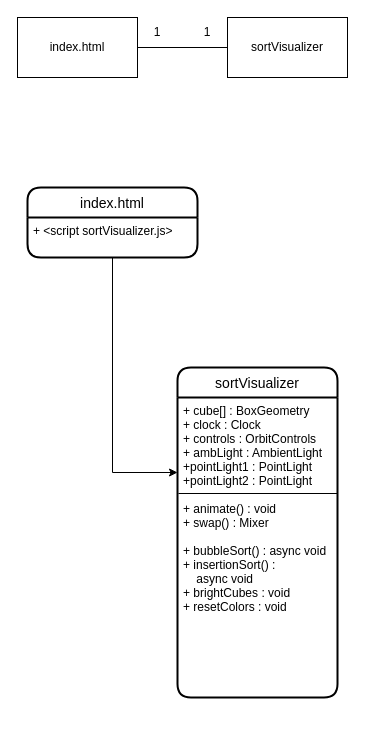
This is Class Diagram It2.drawio from beep-sl/COS430SEProject, a draw.io file, before an edit. Source tidied: cells renumbered, new cells numbered last; positions are measured from the earlier drawing's top-left corner, leaving out a move shared by most shapes. Both pictures are drawn from the tidied source at 100%, with x=0, y=0 at pixel (17, 17).
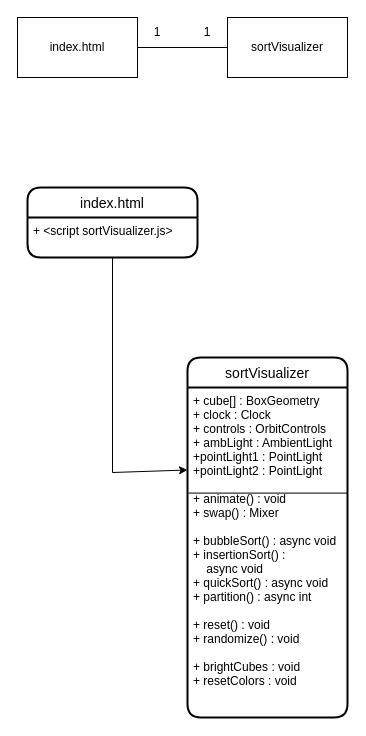
The same page after the edit.

Diff of the diagram source:
```diff
@@
 <mxGraphModel>
   <root>
     <mxCell id="0" />
     <mxCell id="1" parent="0" />
     <mxCell id="2" value="index.html" style="rounded=0;whiteSpace=wrap;html=1;" parent="1" vertex="1">
       <mxGeometry width="120" height="60" as="geometry" />
     </mxCell>
     <mxCell id="3" value="sortVisualizer" style="rounded=0;whiteSpace=wrap;html=1;" parent="1" vertex="1">
       <mxGeometry x="210" width="120" height="60" as="geometry" />
     </mxCell>
     <mxCell id="4" style="endArrow=none;html=1;rounded=0;exitX=1;exitY=0.5;exitDx=0;exitDy=0;entryX=0;entryY=0.5;entryDx=0;entryDy=0;" parent="1" edge="1" source="2" target="3">
       <mxGeometry relative="1" as="geometry" />
     </mxCell>
     <mxCell id="5" value="1" style="text;html=1;strokeColor=none;fillColor=none;align=center;verticalAlign=middle;whiteSpace=wrap;rounded=0;" parent="1" vertex="1">
       <mxGeometry x="110" width="60" height="30" as="geometry" />
     </mxCell>
     <mxCell id="6" value="1" style="text;html=1;strokeColor=none;fillColor=none;align=center;verticalAlign=middle;whiteSpace=wrap;rounded=0;" parent="1" vertex="1">
       <mxGeometry x="160" width="60" height="30" as="geometry" />
     </mxCell>
     <mxCell id="7" value="sortVisualizer" style="swimlane;horizontal=1;startSize=30;rounded=1;fontSize=14;fontStyle=0;strokeWidth=2;shadow=0;dashed=0;align=center;" parent="1" vertex="1">
-      <mxGeometry x="160" y="350" width="160" height="330" as="geometry" />
+      <mxGeometry x="170" y="340" width="160" height="360" as="geometry" />
     </mxCell>
-    <mxCell id="8" value="+ cube[] : BoxGeometry&#10;+ clock : Clock&#10;+ controls : OrbitControls&#10;+ ambLight : AmbientLight&#10;+pointLight1 : PointLight&#10;+pointLight2 : PointLight&#10;&#10;+ animate() : void&#10;+ swap() : Mixer&#10;&#10;+ bubbleSort() : async void&#10;+ insertionSort() : &#10;    async void&#10;+ brightCubes : void&#10;+ resetColors : void&#10;" style="align=left;strokeColor=none;fillColor=none;spacingLeft=4;fontSize=12;verticalAlign=top;fontColor=#000000;" parent="7" vertex="1">
-      <mxGeometry y="30" width="160" height="300" as="geometry" />
+    <mxCell id="8" value="+ cube[] : BoxGeometry&#10;+ clock : Clock&#10;+ controls : OrbitControls&#10;+ ambLight : AmbientLight&#10;+pointLight1 : PointLight&#10;+pointLight2 : PointLight&#10;&#10;+ animate() : void&#10;+ swap() : Mixer&#10;&#10;+ bubbleSort() : async void&#10;+ insertionSort() : &#10;    async void&#10;+ quickSort() : async void&#10;+ partition() : async int&#10;&#10;+ reset() : void&#10;+ randomize() : void&#10;&#10;+ brightCubes : void&#10;+ resetColors : void&#10;" style="align=left;strokeColor=none;fillColor=none;spacingLeft=4;fontSize=12;verticalAlign=top;fontColor=#000000;" parent="7" vertex="1">
+      <mxGeometry y="30" width="160" height="330" as="geometry" />
     </mxCell>
     <mxCell id="9" style="endArrow=none;html=1;rounded=0;fontColor=#000000;entryX=1;entryY=0.32;entryDx=0;entryDy=0;entryPerimeter=0;exitX=0.006;exitY=0.32;exitDx=0;exitDy=0;exitPerimeter=0;" parent="7" edge="1" source="8" target="8">
       <mxGeometry relative="1" as="geometry" />
     </mxCell>
     <mxCell id="10" value="index.html" style="swimlane;horizontal=1;startSize=30;rounded=1;fontSize=14;fontStyle=0;strokeWidth=2;shadow=0;dashed=0;align=center;" parent="1" vertex="1">
       <mxGeometry x="10" y="170" width="170" height="70" as="geometry" />
     </mxCell>
     <mxCell id="11" value="+ &lt;script sortVisualizer.js&gt;" style="align=left;strokeColor=none;fillColor=none;spacingLeft=4;fontSize=12;verticalAlign=top;" parent="10" vertex="1">
       <mxGeometry y="30" width="170" height="40" as="geometry" />
     </mxCell>
     <mxCell id="12" style="endArrow=classic;html=1;rounded=0;exitX=0.5;exitY=1;exitDx=0;exitDy=0;entryX=0;entryY=0.25;entryDx=0;entryDy=0;" parent="1" edge="1" source="11" target="8">
       <mxGeometry relative="1" as="geometry">
         <Array as="points">
           <mxPoint x="95" y="455" />
         </Array>
       </mxGeometry>
     </mxCell>
   </root>
 </mxGraphModel>
```
